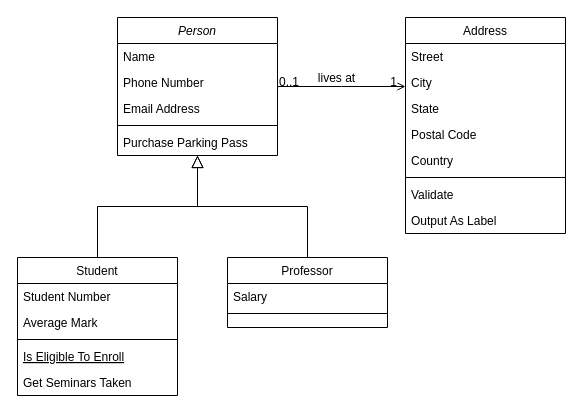
The draw.io diagram Untitled Diagram.drawio in sujalthakuri/h, before the edit. Source tidied: cells renumbered, new cells numbered last; positions are measured from the earlier drawing's top-left corner, leaving out a move shared by most shapes. Both pictures are drawn from the tidied source at 100%, with x=0, y=0 at pixel (17, 17).
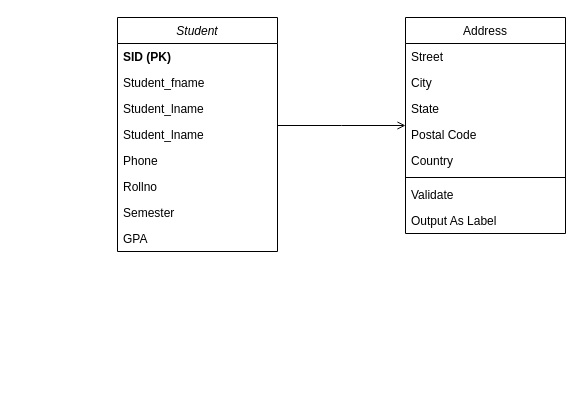
The same diagram, later.

The change refers to these unchanged cells:
```xml
<mxCell id="28" style="endArrow=open;shadow=0;strokeWidth=1;rounded=0;endFill=1;edgeStyle=elbowEdgeStyle;elbow=vertical;" parent="1" edge="1" source="2" target="19">
  <mxGeometry x="0.5" y="41" relative="1" as="geometry">
    <mxPoint x="-40" y="32" as="offset" />
  </mxGeometry>
</mxCell>
```

Change to the diagram source:
```diff
@@
-    <mxCell id="2" value="Person" style="swimlane;fontStyle=2;align=center;verticalAlign=top;horizontal=1;startSize=26;rounded=0;shadow=0;strokeWidth=1;" parent="1" vertex="1">
-      <mxGeometry x="100" width="160" height="138" as="geometry" />
+    <mxCell id="2" value="Student" style="swimlane;fontStyle=2;align=center;verticalAlign=top;horizontal=1;startSize=26;rounded=0;shadow=0;strokeWidth=1;" parent="1" vertex="1">
+      <mxGeometry x="100" width="160" height="234" as="geometry" />
     </mxCell>
-    <mxCell id="3" value="Name" style="text;align=left;verticalAlign=top;spacingLeft=4;spacingRight=4;overflow=hidden;" parent="2" vertex="1">
+    <mxCell id="3" value="SID (PK)" style="text;align=left;verticalAlign=top;spacingLeft=4;spacingRight=4;overflow=hidden;fontStyle=1;" parent="2" vertex="1">
       <mxGeometry y="26" width="160" height="26" as="geometry" />
     </mxCell>
-    <mxCell id="4" value="Phone Number" style="text;align=left;verticalAlign=top;spacingLeft=4;spacingRight=4;overflow=hidden;rounded=0;shadow=0;html=0;" parent="2" vertex="1">
+    <mxCell id="4" value="Student_fname" style="text;align=left;verticalAlign=top;spacingLeft=4;spacingRight=4;overflow=hidden;rounded=0;shadow=0;html=0;" parent="2" vertex="1">
       <mxGeometry y="52" width="160" height="26" as="geometry" />
     </mxCell>
-    <mxCell id="5" value="Email Address" style="text;align=left;verticalAlign=top;spacingLeft=4;spacingRight=4;overflow=hidden;rounded=0;shadow=0;html=0;" parent="2" vertex="1">
+    <mxCell id="5" value="Student_lname&#10;" style="text;align=left;verticalAlign=top;spacingLeft=4;spacingRight=4;overflow=hidden;rounded=0;shadow=0;html=0;" parent="2" vertex="1">
       <mxGeometry y="78" width="160" height="26" as="geometry" />
     </mxCell>
-    <mxCell id="6" style="line;html=1;strokeWidth=1;align=left;verticalAlign=middle;spacingTop=-1;spacingLeft=3;spacingRight=3;labelPosition=right;" parent="2" vertex="1">
-      <mxGeometry y="104" width="160" height="8" as="geometry" />
-    </mxCell>
-    <mxCell id="7" value="Purchase Parking Pass" style="text;align=left;verticalAlign=top;spacingLeft=4;spacingRight=4;overflow=hidden;" parent="2" vertex="1">
-      <mxGeometry y="112" width="160" height="26" as="geometry" />
-    </mxCell>
-    <mxCell id="8" value="Student" style="swimlane;fontStyle=0;align=center;verticalAlign=top;horizontal=1;startSize=26;rounded=0;shadow=0;strokeWidth=1;" parent="1" vertex="1">
-      <mxGeometry y="240" width="160" height="138" as="geometry" />
-    </mxCell>
-    <mxCell id="9" value="Student Number" style="text;align=left;verticalAlign=top;spacingLeft=4;spacingRight=4;overflow=hidden;" parent="8" vertex="1">
-      <mxGeometry y="26" width="160" height="26" as="geometry" />
-    </mxCell>
-    <mxCell id="10" value="Average Mark" style="text;align=left;verticalAlign=top;spacingLeft=4;spacingRight=4;overflow=hidden;rounded=0;shadow=0;html=0;" parent="8" vertex="1">
-      <mxGeometry y="52" width="160" height="26" as="geometry" />
-    </mxCell>
-    <mxCell id="11" style="line;html=1;strokeWidth=1;align=left;verticalAlign=middle;spacingTop=-1;spacingLeft=3;spacingRight=3;labelPosition=right;" parent="8" vertex="1">
-      <mxGeometry y="78" width="160" height="8" as="geometry" />
-    </mxCell>
-    <mxCell id="12" value="Is Eligible To Enroll" style="text;align=left;verticalAlign=top;spacingLeft=4;spacingRight=4;overflow=hidden;fontStyle=4;" parent="8" vertex="1">
-      <mxGeometry y="86" width="160" height="26" as="geometry" />
-    </mxCell>
-    <mxCell id="13" value="Get Seminars Taken" style="text;align=left;verticalAlign=top;spacingLeft=4;spacingRight=4;overflow=hidden;" parent="8" vertex="1">
-      <mxGeometry y="112" width="160" height="26" as="geometry" />
-    </mxCell>
-    <mxCell id="14" style="endArrow=block;endSize=10;endFill=0;shadow=0;strokeWidth=1;rounded=0;edgeStyle=elbowEdgeStyle;elbow=vertical;" parent="1" edge="1" source="8" target="2">
-      <mxGeometry relative="1" as="geometry" />
-    </mxCell>
-    <mxCell id="15" value="Professor" style="swimlane;fontStyle=0;align=center;verticalAlign=top;horizontal=1;startSize=26;rounded=0;shadow=0;strokeWidth=1;" parent="1" vertex="1">
-      <mxGeometry x="210" y="240" width="160" height="70" as="geometry" />
-    </mxCell>
-    <mxCell id="16" value="Salary" style="text;align=left;verticalAlign=top;spacingLeft=4;spacingRight=4;overflow=hidden;" parent="15" vertex="1">
-      <mxGeometry y="26" width="160" height="26" as="geometry" />
-    </mxCell>
-    <mxCell id="17" style="line;html=1;strokeWidth=1;align=left;verticalAlign=middle;spacingTop=-1;spacingLeft=3;spacingRight=3;labelPosition=right;" parent="15" vertex="1">
-      <mxGeometry y="52" width="160" height="8" as="geometry" />
-    </mxCell>
-    <mxCell id="18" style="endArrow=block;endSize=10;endFill=0;shadow=0;strokeWidth=1;rounded=0;edgeStyle=elbowEdgeStyle;elbow=vertical;" parent="1" edge="1" source="15" target="2">
-      <mxGeometry relative="1" as="geometry" />
-    </mxCell>
+    <mxCell id="32" value="Student_lname&#10;" style="text;align=left;verticalAlign=top;spacingLeft=4;spacingRight=4;overflow=hidden;rounded=0;shadow=0;html=0;" parent="2" vertex="1">
+      <mxGeometry y="104" width="160" height="26" as="geometry" />
+    </mxCell>
+    <mxCell id="33" value="Phone" style="text;align=left;verticalAlign=top;spacingLeft=4;spacingRight=4;overflow=hidden;rounded=0;shadow=0;html=0;" parent="2" vertex="1">
+      <mxGeometry y="130" width="160" height="26" as="geometry" />
+    </mxCell>
+    <mxCell id="34" value="Rollno" style="text;align=left;verticalAlign=top;spacingLeft=4;spacingRight=4;overflow=hidden;rounded=0;shadow=0;html=0;" parent="2" vertex="1">
+      <mxGeometry y="156" width="160" height="26" as="geometry" />
+    </mxCell>
+    <mxCell id="35" value="Semester" style="text;align=left;verticalAlign=top;spacingLeft=4;spacingRight=4;overflow=hidden;rounded=0;shadow=0;html=0;" parent="2" vertex="1">
+      <mxGeometry y="182" width="160" height="26" as="geometry" />
+    </mxCell>
+    <mxCell id="36" value="GPA" style="text;align=left;verticalAlign=top;spacingLeft=4;spacingRight=4;overflow=hidden;rounded=0;shadow=0;html=0;" parent="2" vertex="1">
+      <mxGeometry y="208" width="160" height="26" as="geometry" />
+    </mxCell>
@@
-    <mxCell id="29" value="0..1" style="align=left;verticalAlign=bottom;labelBackgroundColor=none;fontSize=12;" parent="28" vertex="1">
-      <mxGeometry x="-1" relative="1" as="geometry">
-        <mxPoint y="4" as="offset" />
-      </mxGeometry>
-    </mxCell>
-    <mxCell id="30" value="1" style="align=right;verticalAlign=bottom;labelBackgroundColor=none;fontSize=12;" parent="28" vertex="1">
-      <mxGeometry x="1" relative="1" as="geometry">
-        <mxPoint x="-7" y="4" as="offset" />
-      </mxGeometry>
-    </mxCell>
-    <mxCell id="31" value="lives at" style="text;html=1;align=center;verticalAlign=middle;labelBackgroundColor=none;rounded=0;shadow=0;strokeWidth=1;fontSize=12;" parent="28" vertex="1">
-      <mxGeometry x="0.5" y="49" relative="1" as="geometry">
-        <mxPoint x="-38" y="40" as="offset" />
-      </mxGeometry>
-    </mxCell>
```
